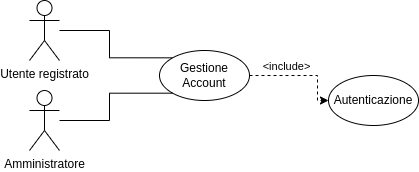
T45-IS-UNITN/Documentazione keeps this draw.io diagram as D2/media/rf8.png. Above is the earlier version. Source tidied: cells renumbered, new cells last; positions are measured from the earlier drawing's top-left corner, leaving out a move shared by most shapes.
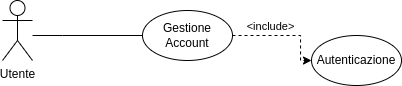
After the change.

Change to the diagram source:
```diff
@@ -2,11 +2,16 @@
   <root>
     <mxCell id="0" />
     <mxCell id="1" value="rf8" parent="0" />
-    <mxCell id="2" style="edgeStyle=orthogonalEdgeStyle;rounded=0;jumpStyle=none;jettySize=auto;html=1;entryX=0;entryY=0;entryDx=0;entryDy=0;fontSize=11;startArrow=none;startFill=0;endArrow=none;endFill=0;" parent="1" edge="1" source="3" target="4">
-      <mxGeometry relative="1" as="geometry" />
+    <mxCell id="2" style="edgeStyle=orthogonalEdgeStyle;rounded=0;jumpStyle=none;jettySize=auto;html=1;entryX=0;entryY=0.5;entryDx=0;entryDy=0;fontSize=11;startArrow=none;startFill=0;endArrow=none;endFill=0;" parent="1" edge="1" source="3" target="4">
+      <mxGeometry relative="1" as="geometry">
+        <Array as="points">
+          <mxPoint x="50" y="75" />
+          <mxPoint x="50" y="75" />
+        </Array>
+      </mxGeometry>
     </mxCell>
-    <mxCell id="3" value="Utente registrato" style="shape=umlActor;verticalLabelPosition=bottom;verticalAlign=top;html=1;outlineConnect=0;" parent="1" vertex="1">
-      <mxGeometry width="30" height="60" as="geometry" />
+    <mxCell id="3" value="Utente" style="shape=umlActor;verticalLabelPosition=bottom;verticalAlign=top;html=1;outlineConnect=0;" parent="1" vertex="1">
+      <mxGeometry x="-10" y="40" width="30" height="60" as="geometry" />
     </mxCell>
     <mxCell id="4" value="Gestione Account" style="ellipse;whiteSpace=wrap;html=1;" parent="1" vertex="1">
       <mxGeometry x="130" y="50" width="90" height="50" as="geometry" />
@@ -28,11 +33,5 @@
         <mxPoint x="-30" y="-13" as="offset" />
       </mxGeometry>
     </mxCell>
-    <mxCell id="8" style="edgeStyle=orthogonalEdgeStyle;rounded=0;jumpStyle=none;jettySize=auto;html=1;entryX=0;entryY=1;entryDx=0;entryDy=0;fontSize=11;startArrow=none;startFill=0;endArrow=none;endFill=0;" parent="1" edge="1" source="9" target="4">
-      <mxGeometry relative="1" as="geometry" />
-    </mxCell>
-    <mxCell id="9" value="Amministratore" style="shape=umlActor;verticalLabelPosition=bottom;verticalAlign=top;html=1;outlineConnect=0;" parent="1" vertex="1">
-      <mxGeometry y="90" width="30" height="60" as="geometry" />
-    </mxCell>
   </root>
 </mxGraphModel>
```
